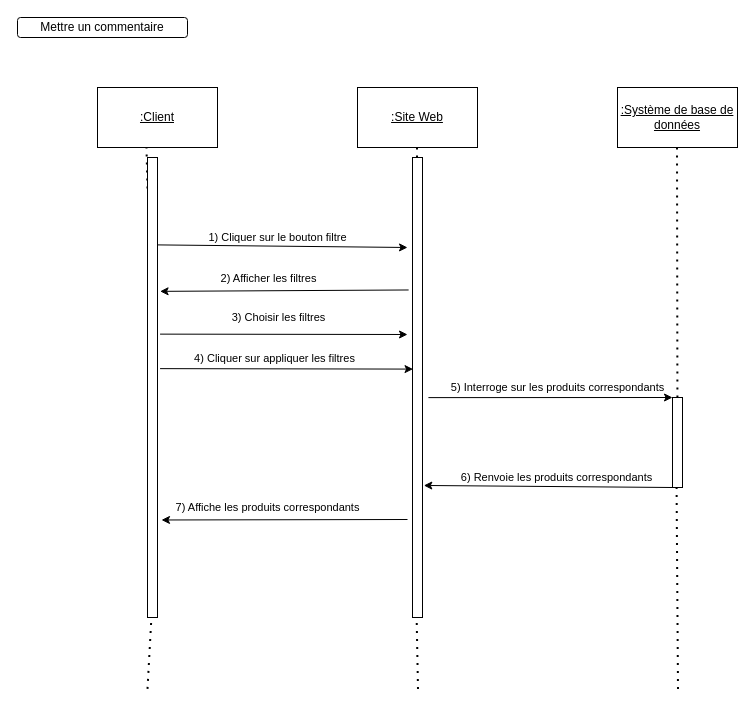
Pi-erren/Canard_Dodu keeps this draw.io diagram as Séquence SD.drawio. Above is the earlier version. Source tidied: cells renumbered, new cells numbered last; positions are measured from the earlier drawing's top-left corner, leaving out a move shared by most shapes. Both pictures are drawn from the tidied source at 100%, with x=0, y=0 at pixel (17, 17).
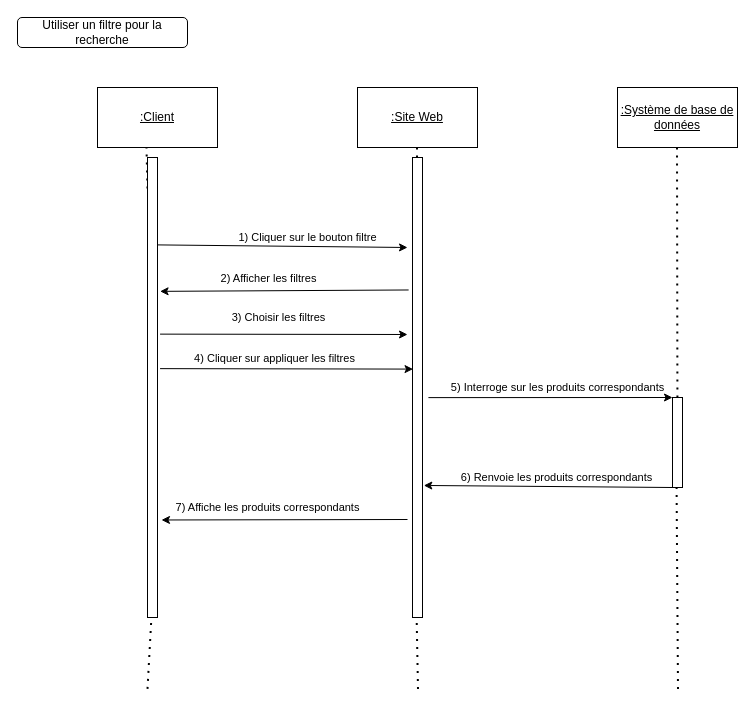
The same page after the edit.

Commit message:
Mettre à jour Séquence SD.drawio

Unchanged cells that the change refers to:
```xml
<mxCell id="10" style="rounded=0;whiteSpace=wrap;html=1;" parent="1" vertex="1">
  <mxGeometry x="130" y="140" width="10" height="460" as="geometry" />
</mxCell>
```

What changed in the source:
```diff
@@
-    <mxCell id="5" value="Mettre un commentaire" style="rounded=1;whiteSpace=wrap;html=1;" parent="1" vertex="1">
-      <mxGeometry width="170" height="20" as="geometry" />
+    <mxCell id="5" value="Utiliser un filtre pour la recherche" style="rounded=1;whiteSpace=wrap;html=1;" parent="1" vertex="1">
+      <mxGeometry width="170" height="30" as="geometry" />
     </mxCell>
@@
     <mxCell id="11" value="1) Cliquer sur le bouton filtre" style="endArrow=classic;html=1;rounded=0;exitX=0.971;exitY=0.19;exitDx=0;exitDy=0;exitPerimeter=0;" parent="1" edge="1" source="10">
-      <mxGeometry x="-0.04" y="9" relative="1" as="geometry">
+      <mxGeometry x="0.2" y="9" relative="1" as="geometry">
         <mxPoint x="390" y="230" as="targetPoint" />
       </mxGeometry>
     </mxCell>
```
